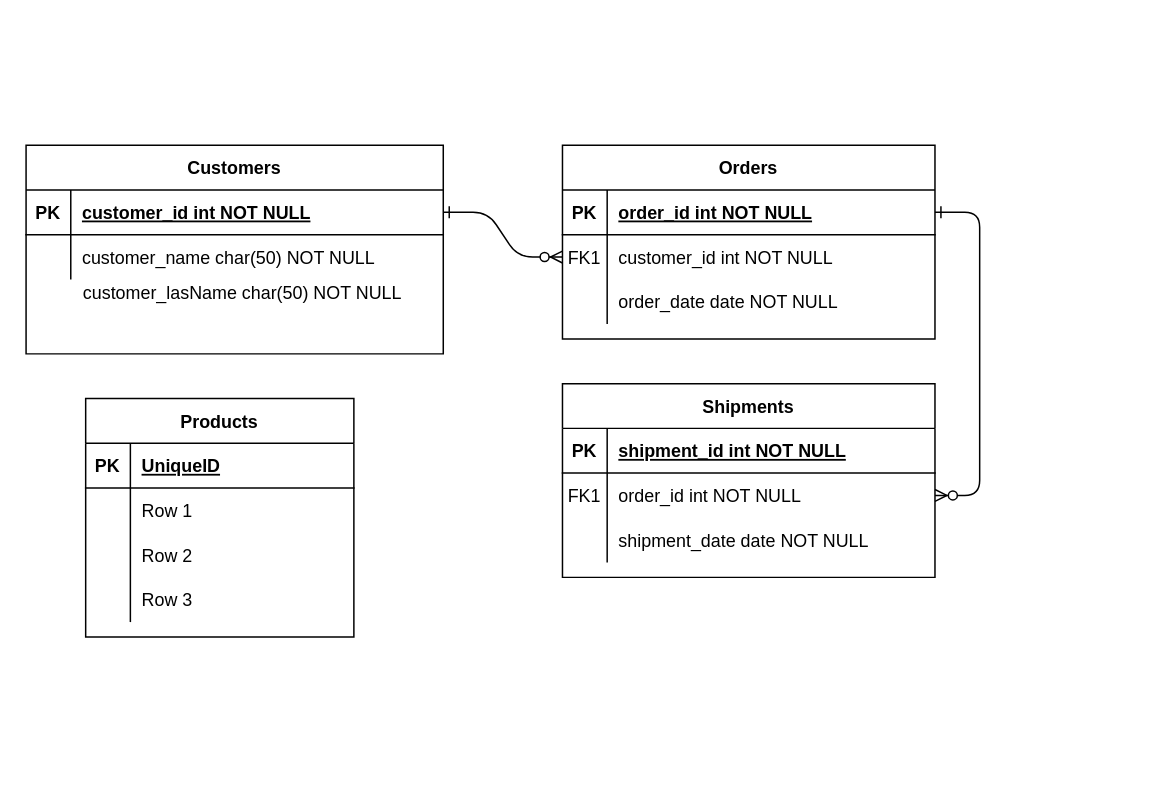
Before: Untitled Diagram.drawio in MVBieto/ElectronicsStore, a draw.io diagram. Source tidied: cells renumbered, new cells numbered last; positions are measured from the earlier drawing's top-left corner, leaving out a move shared by most shapes. Both pictures are drawn from the tidied source at 149%, with x=0, y=0 at pixel (25, 145).
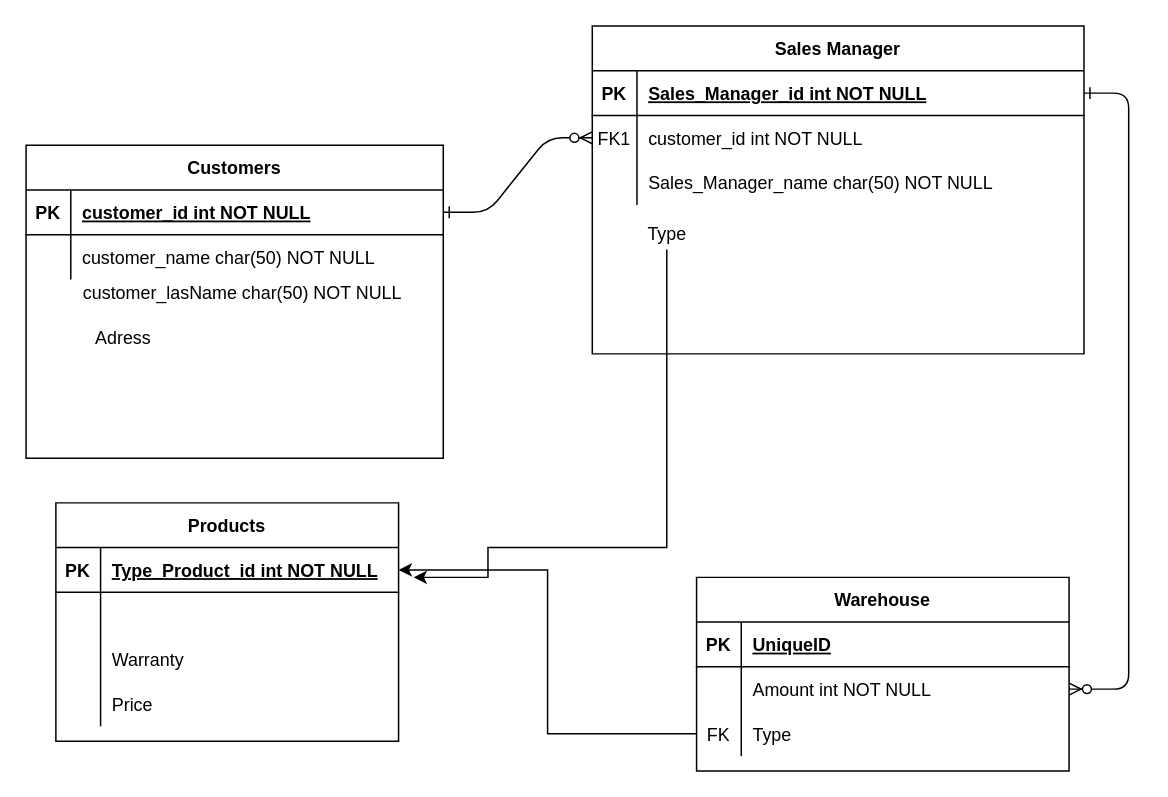
After the change.

Unchanged cells that the change refers to:
```xml
<mxCell id="15" style="shape=partialRectangle;fillColor=none;top=0;left=0;right=0;bottom=1;" parent="14" vertex="1">
  <mxGeometry y="30" width="250" height="30" as="geometry" />
</mxCell>
<mxCell id="18" style="shape=partialRectangle;fillColor=none;points=[[0,0.5],[1,0.5]];portConstraint=eastwest;top=0;left=0;right=0;bottom=0;" parent="14" vertex="1">
  <mxGeometry y="60" width="250" height="30" as="geometry" />
</mxCell>
<mxCell id="21" style="shape=partialRectangle;fillColor=none;points=[[0,0.5],[1,0.5]];portConstraint=eastwest;top=0;left=0;right=0;bottom=0;" parent="14" vertex="1">
  <mxGeometry y="90" width="250" height="30" as="geometry" />
</mxCell>
```

Change to the diagram source:
```diff
@@
-    <mxCell id="4" value="Orders" style="shape=table;startSize=30;childLayout=tableLayout;rowLines=0;fontStyle=1;align=center;" parent="1" vertex="1">
-      <mxGeometry x="360" width="250" height="130" as="geometry" />
+    <mxCell id="4" value="Sales Manager" style="shape=table;startSize=30;childLayout=tableLayout;rowLines=0;fontStyle=1;align=center;" parent="1" vertex="1">
+      <mxGeometry x="380" y="-80" width="330" height="220" as="geometry" />
     </mxCell>
     <mxCell id="5" style="shape=partialRectangle;fillColor=none;points=[[0,0.5],[1,0.5]];portConstraint=eastwest;top=0;left=0;right=0;bottom=1;" parent="4" vertex="1">
-      <mxGeometry y="30" width="250" height="30" as="geometry" />
+      <mxGeometry y="30" width="330" height="30" as="geometry" />
     </mxCell>
@@
-    <mxCell id="7" value="order_id int NOT NULL " style="shape=partialRectangle;overflow=hidden;fillColor=none;top=0;left=0;bottom=0;right=0;align=left;spacingLeft=6;fontStyle=5;" parent="5" vertex="1">
-      <mxGeometry x="30" width="220" height="30" as="geometry" />
+    <mxCell id="7" value="Sales_Manager_id int NOT NULL" style="shape=partialRectangle;overflow=hidden;fillColor=none;top=0;left=0;bottom=0;right=0;align=left;spacingLeft=6;fontStyle=5;" parent="5" vertex="1">
+      <mxGeometry x="30" width="300" height="30" as="geometry" />
     </mxCell>
     <mxCell id="8" style="shape=partialRectangle;fillColor=none;points=[[0,0.5],[1,0.5]];portConstraint=eastwest;top=0;left=0;right=0;bottom=0;" parent="4" vertex="1">
-      <mxGeometry y="60" width="250" height="30" as="geometry" />
+      <mxGeometry y="60" width="330" height="30" as="geometry" />
     </mxCell>
@@
     <mxCell id="10" value="customer_id int NOT NULL" style="shape=partialRectangle;overflow=hidden;fillColor=none;top=0;left=0;bottom=0;right=0;align=left;spacingLeft=6;" parent="8" vertex="1">
-      <mxGeometry x="30" width="220" height="30" as="geometry" />
+      <mxGeometry x="30" width="300" height="30" as="geometry" />
     </mxCell>
     <mxCell id="11" style="shape=partialRectangle;fillColor=none;top=0;left=0;right=0;bottom=0;" parent="4" vertex="1">
-      <mxGeometry y="90" width="250" height="30" as="geometry" />
+      <mxGeometry y="90" width="330" height="30" as="geometry" />
     </mxCell>
@@
-    <mxCell id="13" value="order_date date NOT NULL" style="shape=partialRectangle;overflow=hidden;fillColor=none;top=0;left=0;bottom=0;right=0;align=left;spacingLeft=6;" parent="11" vertex="1">
-      <mxGeometry x="30" width="220" height="30" as="geometry" />
+    <mxCell id="13" value="Sales_Manager_name char(50) NOT NULL" style="shape=partialRectangle;overflow=hidden;fillColor=none;top=0;left=0;bottom=0;right=0;align=left;spacingLeft=6;" parent="11" vertex="1">
+      <mxGeometry x="30" width="300" height="30" as="geometry" />
     </mxCell>
-    <mxCell id="14" value="Shipments" style="shape=table;startSize=30;childLayout=tableLayout;rowLines=0;fontStyle=1;align=center;" parent="1" vertex="1">
-      <mxGeometry x="360" y="160" width="250" height="130" as="geometry" />
+    <mxCell id="14" value="Warehouse" style="shape=table;startSize=30;childLayout=tableLayout;rowLines=0;fontStyle=1;align=center;" parent="1" vertex="1">
+      <mxGeometry x="450" y="290" width="250" height="130" as="geometry" />
     </mxCell>
@@
-    <mxCell id="17" value="shipment_id int NOT NULL " style="shape=partialRectangle;overflow=hidden;fillColor=none;top=0;left=0;bottom=0;right=0;align=left;spacingLeft=6;fontStyle=5;" parent="15" vertex="1">
+    <mxCell id="17" value="UniqueID" style="shape=partialRectangle;overflow=hidden;fillColor=none;top=0;left=0;bottom=0;right=0;align=left;spacingLeft=6;fontStyle=5;" parent="15" vertex="1">
       <mxGeometry x="30" width="220" height="30" as="geometry" />
     </mxCell>
@@
-    <mxCell id="19" value="FK1" style="shape=partialRectangle;overflow=hidden;fillColor=none;top=0;left=0;bottom=0;right=0;" parent="18" vertex="1">
+    <mxCell id="19" style="shape=partialRectangle;overflow=hidden;fillColor=none;top=0;left=0;bottom=0;right=0;" parent="18" vertex="1">
       <mxGeometry width="30" height="30" as="geometry" />
     </mxCell>
-    <mxCell id="20" value="order_id int NOT NULL" style="shape=partialRectangle;overflow=hidden;fillColor=none;top=0;left=0;bottom=0;right=0;align=left;spacingLeft=6;" parent="18" vertex="1">
+    <mxCell id="20" value="Amount int NOT NULL" style="shape=partialRectangle;overflow=hidden;fillColor=none;top=0;left=0;bottom=0;right=0;align=left;spacingLeft=6;" parent="18" vertex="1">
       <mxGeometry x="30" width="220" height="30" as="geometry" />
     </mxCell>
@@
-    <mxCell id="22" style="shape=partialRectangle;overflow=hidden;fillColor=none;top=0;left=0;bottom=0;right=0;" parent="21" vertex="1">
+    <mxCell id="22" value="FK" style="shape=partialRectangle;overflow=hidden;fillColor=none;top=0;left=0;bottom=0;right=0;" parent="21" vertex="1">
       <mxGeometry width="30" height="30" as="geometry" />
     </mxCell>
-    <mxCell id="23" value="shipment_date date NOT NULL" style="shape=partialRectangle;overflow=hidden;fillColor=none;top=0;left=0;bottom=0;right=0;align=left;spacingLeft=6;" parent="21" vertex="1">
+    <mxCell id="23" value="Type" style="shape=partialRectangle;overflow=hidden;fillColor=none;top=0;left=0;bottom=0;right=0;align=left;spacingLeft=6;" parent="21" vertex="1">
       <mxGeometry x="30" width="220" height="30" as="geometry" />
     </mxCell>
     <mxCell id="24" value="Customers" style="shape=table;startSize=30;childLayout=tableLayout;rowLines=0;fontStyle=1;align=center;" parent="1" vertex="1">
-      <mxGeometry width="280" height="140" as="geometry" />
+      <mxGeometry width="280" height="210" as="geometry" />
     </mxCell>
@@
     <mxCell id="31" value="Products" style="shape=table;startSize=30;childLayout=tableLayout;rowLines=0;fontStyle=1;align=center;" parent="1" vertex="1">
-      <mxGeometry x="40" y="170" width="180" height="160" as="geometry" />
+      <mxGeometry x="20" y="240" width="230" height="160" as="geometry" />
     </mxCell>
     <mxCell id="32" style="shape=partialRectangle;fillColor=none;top=0;left=0;bottom=1;right=0;points=[[0,0.5],[1,0.5]];portConstraint=eastwest;" parent="31" vertex="1">
-      <mxGeometry y="30" width="180" height="30" as="geometry" />
+      <mxGeometry y="30" width="230" height="30" as="geometry" />
     </mxCell>
@@
-    <mxCell id="34" value="UniqueID" style="shape=partialRectangle;fillColor=none;top=0;left=0;bottom=0;right=0;align=left;spacingLeft=6;fontStyle=5;overflow=hidden;" parent="32" vertex="1">
-      <mxGeometry x="30" width="150" height="30" as="geometry" />
+    <mxCell id="34" value="Type_Product_id int NOT NULL" style="shape=partialRectangle;fillColor=none;top=0;left=0;bottom=0;right=0;align=left;spacingLeft=6;fontStyle=5;overflow=hidden;" parent="32" vertex="1">
+      <mxGeometry x="30" width="200" height="30" as="geometry" />
     </mxCell>
     <mxCell id="35" style="shape=partialRectangle;fillColor=none;top=0;left=0;bottom=0;right=0;" parent="31" vertex="1">
-      <mxGeometry y="60" width="180" height="30" as="geometry" />
+      <mxGeometry y="60" width="230" height="30" as="geometry" />
     </mxCell>
@@
-    <mxCell id="37" value="Row 1" style="shape=partialRectangle;fillColor=none;top=0;left=0;bottom=0;right=0;align=left;spacingLeft=6;overflow=hidden;" parent="35" vertex="1">
-      <mxGeometry x="30" width="150" height="30" as="geometry" />
+    <mxCell id="37" style="shape=partialRectangle;fillColor=none;top=0;left=0;bottom=0;right=0;align=left;spacingLeft=6;overflow=hidden;" parent="35" vertex="1">
+      <mxGeometry x="30" width="200" height="30" as="geometry" />
     </mxCell>
     <mxCell id="38" style="shape=partialRectangle;fillColor=none;top=0;left=0;bottom=0;right=0;" parent="31" vertex="1">
-      <mxGeometry y="90" width="180" height="30" as="geometry" />
+      <mxGeometry y="90" width="230" height="30" as="geometry" />
     </mxCell>
@@
-    <mxCell id="40" value="Row 2" style="shape=partialRectangle;fillColor=none;top=0;left=0;bottom=0;right=0;align=left;spacingLeft=6;overflow=hidden;" parent="38" vertex="1">
-      <mxGeometry x="30" width="150" height="30" as="geometry" />
+    <mxCell id="40" value="Warranty" style="shape=partialRectangle;fillColor=none;top=0;left=0;bottom=0;right=0;align=left;spacingLeft=6;overflow=hidden;" parent="38" vertex="1">
+      <mxGeometry x="30" width="200" height="30" as="geometry" />
     </mxCell>
     <mxCell id="41" style="shape=partialRectangle;fillColor=none;top=0;left=0;bottom=0;right=0;" parent="31" vertex="1">
-      <mxGeometry y="120" width="180" height="30" as="geometry" />
+      <mxGeometry y="120" width="230" height="30" as="geometry" />
     </mxCell>
@@
-    <mxCell id="43" value="Row 3" style="shape=partialRectangle;fillColor=none;top=0;left=0;bottom=0;right=0;align=left;spacingLeft=6;overflow=hidden;" parent="41" vertex="1">
-      <mxGeometry x="30" width="150" height="30" as="geometry" />
+    <mxCell id="43" value="Price" style="shape=partialRectangle;fillColor=none;top=0;left=0;bottom=0;right=0;align=left;spacingLeft=6;overflow=hidden;" parent="41" vertex="1">
+      <mxGeometry x="30" width="200" height="30" as="geometry" />
     </mxCell>
@@
+    <mxCell id="45" value="Adress" style="text;html=1;align=center;verticalAlign=middle;" parent="1" vertex="1">
+      <mxGeometry x="40" y="120" width="50" height="20" as="geometry" />
+    </mxCell>
+    <mxCell id="46" style="edgeStyle=orthogonalEdgeStyle;rounded=0;jettySize=auto;html=1;exitX=0;exitY=0.5;exitDx=0;exitDy=0;entryX=1;entryY=0.5;entryDx=0;entryDy=0;" parent="1" edge="1" source="21" target="32">
+      <mxGeometry relative="1" as="geometry" />
+    </mxCell>
+    <mxCell id="47" style="edgeStyle=orthogonalEdgeStyle;rounded=0;jettySize=auto;html=1;" parent="1" edge="1" source="48">
+      <mxGeometry relative="1" as="geometry">
+        <mxPoint x="260" y="290" as="targetPoint" />
+        <Array as="points">
+          <mxPoint x="430" y="270" />
+          <mxPoint x="310" y="270" />
+        </Array>
+      </mxGeometry>
+    </mxCell>
+    <mxCell id="48" value="Type" style="text;html=1;align=center;verticalAlign=middle;points=[];" parent="1" vertex="1">
+      <mxGeometry x="410" y="50" width="40" height="20" as="geometry" />
+    </mxCell>
```
